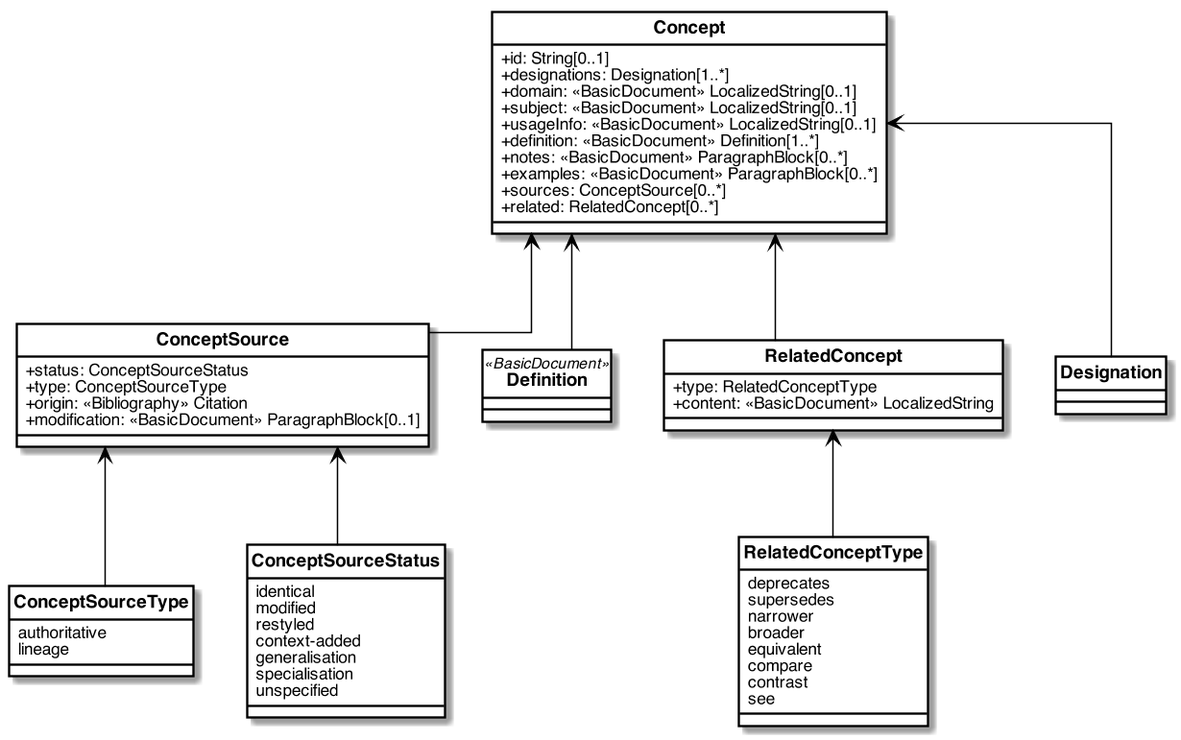
Above: images/concept.png in glossarist/concept-model (PlantUML), before the change.
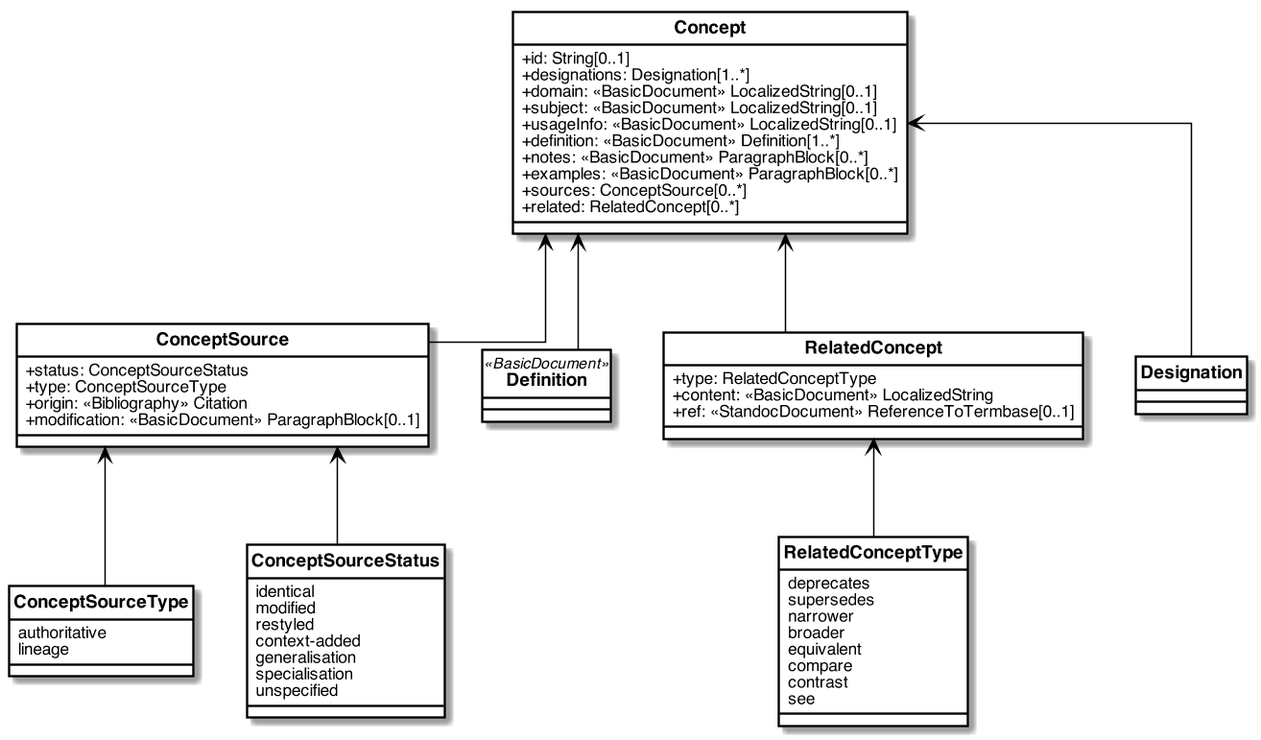
After the commit.

What changed in the source:
```diff
@@ -83,6 +83,7 @@
 class RelatedConcept {
   +type: RelatedConceptType
   +content: <<BasicDocument>> LocalizedString
+  +ref: <<StandocDocument>> ReferenceToTermbase[0..1]
 }
 
 enum RelatedConceptType {
```
